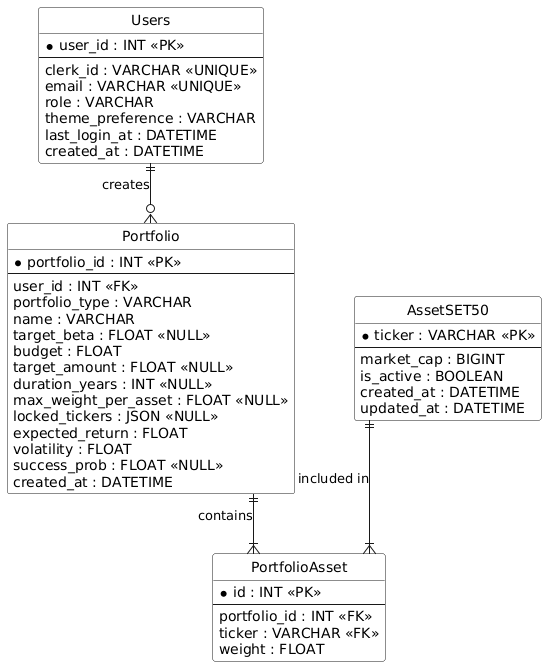
Anatta-at/my-portfolio-app keeps this PlantUML diagram as docs/diagrams/er/er_diagram.png. Above is the earlier version.
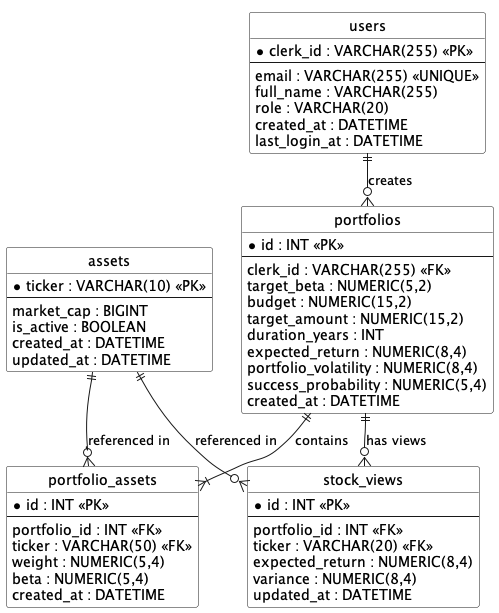
After the change.

Commit message:
docs: Update Class Diagram and ER Diagrams (Crow's Foot, Chen's Notation) to match latest Data Dictionary

What changed in the source:
```diff
@@ -1,4 +1,5 @@
 @startuml
+!pragma layout smetana
 skinparam monochrome true
 skinparam shadowing false
 skinparam backgroundcolor white
@@ -11,19 +12,18 @@
 skinparam nodesep 60
 skinparam ranksep 60
 
-entity "Users" as users {
-  * user_id : INT <<PK>>
+entity "users" as users {
+  * clerk_id : VARCHAR(255) <<PK>>
   --
-  clerk_id : VARCHAR <<UNIQUE>>
-  email : VARCHAR <<UNIQUE>>
-  role : VARCHAR
-  theme_preference : VARCHAR
+  email : VARCHAR(255) <<UNIQUE>>
+  full_name : VARCHAR(255)
+  role : VARCHAR(20)
+  created_at : DATETIME
   last_login_at : DATETIME
-  created_at : DATETIME
 }
 
-entity "AssetSET50" as assets {
-  * ticker : VARCHAR <<PK>>
+entity "assets" as assets {
+  * ticker : VARCHAR(10) <<PK>>
   --
   market_cap : BIGINT
   is_active : BOOLEAN
@@ -31,39 +31,49 @@
   updated_at : DATETIME
 }
 
-entity "Portfolio" as portfolio {
-  * portfolio_id : INT <<PK>>
+entity "portfolios" as portfolios {
+  * id : INT <<PK>>
   --
-  user_id : INT <<FK>>
-  portfolio_type : VARCHAR
-  name : VARCHAR
-  target_beta : FLOAT <<NULL>>
-  budget : FLOAT
-  target_amount : FLOAT <<NULL>>
-  duration_years : INT <<NULL>>
-  max_weight_per_asset : FLOAT <<NULL>>
-  locked_tickers : JSON <<NULL>>
-  expected_return : FLOAT
-  volatility : FLOAT
-  success_prob : FLOAT <<NULL>>
+  clerk_id : VARCHAR(255) <<FK>>
+  target_beta : NUMERIC(5,2)
+  budget : NUMERIC(15,2)
+  target_amount : NUMERIC(15,2)
+  duration_years : INT
+  expected_return : NUMERIC(8,4)
+  portfolio_volatility : NUMERIC(8,4)
+  success_probability : NUMERIC(5,4)
   created_at : DATETIME
 }
 
-entity "PortfolioAsset" as portfolio_asset {
+entity "portfolio_assets" as portfolio_assets {
   * id : INT <<PK>>
   --
   portfolio_id : INT <<FK>>
-  ticker : VARCHAR <<FK>>
-  weight : FLOAT
+  ticker : VARCHAR(50) <<FK>>
+  weight : NUMERIC(5,4)
+  beta : NUMERIC(5,4)
+  created_at : DATETIME
+}
+
+entity "stock_views" as stock_views {
+  * id : INT <<PK>>
+  --
+  portfolio_id : INT <<FK>>
+  ticker : VARCHAR(20) <<FK>>
+  expected_return : NUMERIC(8,4)
+  variance : NUMERIC(8,4)
+  updated_at : DATETIME
 }
 
 
+users ||--o{ portfolios : "creates"
 
+portfolios ||--|{ portfolio_assets : "contains"
 
-users ||--o{ portfolio : "creates"
+portfolios ||--o{ stock_views : "has views"
 
-portfolio ||--|{ portfolio_asset : "contains"
+assets ||--o{ portfolio_assets : "referenced in"
 
-assets ||--|{ portfolio_asset : "included in"
+assets ||--o{ stock_views : "referenced in"
 
 @enduml
```
